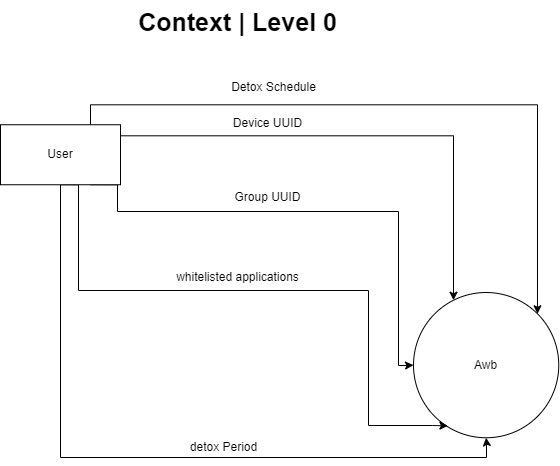
Above: SRS/imgs/DFD-Data Flow Diagram Level 0.drawio.png in mohamed-sallam/awb-docs (draw.io), before the change. Source tidied: cells renumbered, new cells last; positions are measured from the earlier drawing's top-left corner, leaving out a move shared by most shapes. Source of this version:
```xml
<mxGraphModel>
  <root>
    <mxCell id="0" />
    <mxCell id="1" parent="0" />
    <mxCell id="2" value="Awb" style="ellipse;whiteSpace=wrap;html=1;" parent="1" vertex="1">
      <mxGeometry x="413" y="292" width="145.2" height="145.2" as="geometry" />
    </mxCell>
    <mxCell id="3" style="edgeStyle=orthogonalEdgeStyle;rounded=0;jettySize=auto;html=1;" parent="1" edge="1" source="8" target="2">
      <mxGeometry relative="1" as="geometry">
        <Array as="points">
          <mxPoint x="453" y="135.2" />
        </Array>
      </mxGeometry>
    </mxCell>
    <mxCell id="4" style="edgeStyle=orthogonalEdgeStyle;rounded=0;jettySize=auto;html=1;exitX=0.75;exitY=1;exitDx=0;exitDy=0;entryX=0;entryY=0.5;entryDx=0;entryDy=0;" parent="1" edge="1" source="8" target="2">
      <mxGeometry relative="1" as="geometry">
        <Array as="points">
          <mxPoint x="117" y="184" />
          <mxPoint x="117" y="211" />
          <mxPoint x="398" y="211" />
          <mxPoint x="398" y="365" />
          <mxPoint x="406" y="365" />
        </Array>
      </mxGeometry>
    </mxCell>
    <mxCell id="5" style="edgeStyle=orthogonalEdgeStyle;rounded=0;jettySize=auto;html=1;exitX=0.5;exitY=1;exitDx=0;exitDy=0;entryX=0.237;entryY=0.918;entryDx=0;entryDy=0;entryPerimeter=0;" parent="1" edge="1" source="8" target="2">
      <mxGeometry relative="1" as="geometry">
        <Array as="points">
          <mxPoint x="78" y="184" />
          <mxPoint x="78" y="290" />
          <mxPoint x="368" y="290" />
          <mxPoint x="368" y="425" />
          <mxPoint x="432" y="425" />
        </Array>
      </mxGeometry>
    </mxCell>
    <mxCell id="6" style="edgeStyle=orthogonalEdgeStyle;rounded=0;jettySize=auto;html=1;exitX=0.5;exitY=1;exitDx=0;exitDy=0;entryX=0.5;entryY=1;entryDx=0;entryDy=0;" parent="1" edge="1" source="8" target="2">
      <mxGeometry relative="1" as="geometry">
        <Array as="points">
          <mxPoint x="60" y="457" />
          <mxPoint x="486" y="457" />
          <mxPoint x="486" y="441" />
        </Array>
      </mxGeometry>
    </mxCell>
    <mxCell id="7" style="edgeStyle=orthogonalEdgeStyle;rounded=0;jettySize=auto;html=1;exitX=0.75;exitY=0;exitDx=0;exitDy=0;entryX=1;entryY=0;entryDx=0;entryDy=0;" parent="1" edge="1" source="8" target="2">
      <mxGeometry relative="1" as="geometry" />
    </mxCell>
    <mxCell id="8" value="User" style="rounded=0;whiteSpace=wrap;html=1;" parent="1" vertex="1">
      <mxGeometry y="124.2" width="120" height="60" as="geometry" />
    </mxCell>
    <mxCell id="9" value="Device UUID" style="text;html=1;align=center;verticalAlign=middle;strokeColor=none;fillColor=none;" parent="1" vertex="1">
      <mxGeometry x="222" y="108.2" width="90" height="30" as="geometry" />
    </mxCell>
    <mxCell id="10" value="Group UUID" style="text;html=1;align=center;verticalAlign=middle;strokeColor=none;fillColor=none;" parent="1" vertex="1">
      <mxGeometry x="222" y="182.2" width="90" height="30" as="geometry" />
    </mxCell>
    <mxCell id="11" value="whitelisted applications" style="text;html=1;align=center;verticalAlign=middle;strokeColor=none;fillColor=none;" parent="1" vertex="1">
      <mxGeometry x="166" y="264.2" width="141" height="26" as="geometry" />
    </mxCell>
    <mxCell id="12" value="detox Period" style="text;html=1;align=center;verticalAlign=middle;strokeColor=none;fillColor=none;" parent="1" vertex="1">
      <mxGeometry x="180" y="434.2" width="85" height="26" as="geometry" />
    </mxCell>
    <mxCell id="13" value="&lt;b&gt;&lt;font style=&quot;font-size: 25px;&quot;&gt;Context | Level 0&lt;/font&gt;&lt;/b&gt;" style="text;html=1;align=center;verticalAlign=middle;strokeColor=none;fillColor=none;" parent="1" vertex="1">
      <mxGeometry x="128" y="0.2" width="217" height="42" as="geometry" />
    </mxCell>
    <mxCell id="14" value="Detox Schedule" style="text;html=1;align=center;verticalAlign=middle;strokeColor=none;fillColor=none;" parent="1" vertex="1">
      <mxGeometry x="221" y="74.2" width="103" height="26" as="geometry" />
    </mxCell>
  </root>
</mxGraphModel>
```
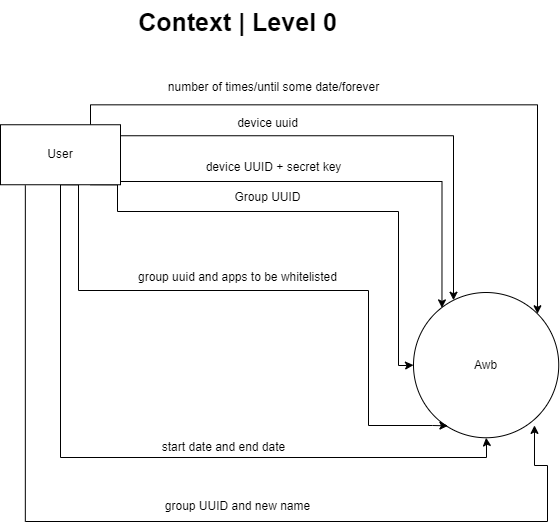
After the change.

Commit message:
srs/diagram/39/refactor_data_flow_diagram: slight changes to names

Change to the diagram source:
```diff
@@ -46,26 +46,49 @@
     <mxCell id="7" style="edgeStyle=orthogonalEdgeStyle;rounded=0;jettySize=auto;html=1;exitX=0.75;exitY=0;exitDx=0;exitDy=0;entryX=1;entryY=0;entryDx=0;entryDy=0;" parent="1" edge="1" source="8" target="2">
       <mxGeometry relative="1" as="geometry" />
     </mxCell>
+    <mxCell id="15" style="edgeStyle=orthogonalEdgeStyle;rounded=0;jettySize=auto;html=1;entryX=0.196;entryY=0.106;entryDx=0;entryDy=0;entryPerimeter=0;" parent="1" edge="1" source="8" target="2">
+      <mxGeometry relative="1" as="geometry">
+        <Array as="points">
+          <mxPoint x="442" y="181" />
+        </Array>
+      </mxGeometry>
+    </mxCell>
     <mxCell id="8" value="User" style="rounded=0;whiteSpace=wrap;html=1;" parent="1" vertex="1">
       <mxGeometry y="124.2" width="120" height="60" as="geometry" />
     </mxCell>
-    <mxCell id="9" value="Device UUID" style="text;html=1;align=center;verticalAlign=middle;strokeColor=none;fillColor=none;" parent="1" vertex="1">
-      <mxGeometry x="222" y="108.2" width="90" height="30" as="geometry" />
+    <mxCell id="9" value="device uuid" style="text;html=1;align=center;verticalAlign=middle;strokeColor=none;fillColor=none;" parent="1" vertex="1">
+      <mxGeometry x="227" y="108.2" width="80" height="30" as="geometry" />
     </mxCell>
     <mxCell id="10" value="Group UUID" style="text;html=1;align=center;verticalAlign=middle;strokeColor=none;fillColor=none;" parent="1" vertex="1">
       <mxGeometry x="222" y="182.2" width="90" height="30" as="geometry" />
     </mxCell>
-    <mxCell id="11" value="whitelisted applications" style="text;html=1;align=center;verticalAlign=middle;strokeColor=none;fillColor=none;" parent="1" vertex="1">
-      <mxGeometry x="166" y="264.2" width="141" height="26" as="geometry" />
+    <mxCell id="11" value="group uuid and apps to be whitelisted" style="text;html=1;align=center;verticalAlign=middle;strokeColor=none;fillColor=none;" parent="1" vertex="1">
+      <mxGeometry x="127" y="262.2" width="220" height="30" as="geometry" />
     </mxCell>
-    <mxCell id="12" value="detox Period" style="text;html=1;align=center;verticalAlign=middle;strokeColor=none;fillColor=none;" parent="1" vertex="1">
-      <mxGeometry x="180" y="434.2" width="85" height="26" as="geometry" />
+    <mxCell id="12" value="start date and end date" style="text;html=1;align=center;verticalAlign=middle;strokeColor=none;fillColor=none;" parent="1" vertex="1">
+      <mxGeometry x="148" y="432.2" width="150" height="30" as="geometry" />
     </mxCell>
     <mxCell id="13" value="&lt;b&gt;&lt;font style=&quot;font-size: 25px;&quot;&gt;Context | Level 0&lt;/font&gt;&lt;/b&gt;" style="text;html=1;align=center;verticalAlign=middle;strokeColor=none;fillColor=none;" parent="1" vertex="1">
       <mxGeometry x="128" y="0.2" width="217" height="42" as="geometry" />
     </mxCell>
-    <mxCell id="14" value="Detox Schedule" style="text;html=1;align=center;verticalAlign=middle;strokeColor=none;fillColor=none;" parent="1" vertex="1">
-      <mxGeometry x="221" y="74.2" width="103" height="26" as="geometry" />
+    <mxCell id="14" value="number of times/until some date/forever" style="text;html=1;align=center;verticalAlign=middle;strokeColor=none;fillColor=none;" parent="1" vertex="1">
+      <mxGeometry x="158" y="72.2" width="230" height="30" as="geometry" />
     </mxCell>
+    <mxCell id="16" value="device UUID + secret key" style="text;html=1;align=center;verticalAlign=middle;strokeColor=none;fillColor=none;" parent="1" vertex="1">
+      <mxGeometry x="193" y="152.2" width="160" height="30" as="geometry" />
+    </mxCell>
+    <mxCell id="17" style="edgeStyle=orthogonalEdgeStyle;rounded=0;jettySize=auto;html=1;exitX=0.207;exitY=1.01;exitDx=0;exitDy=0;entryX=0.833;entryY=0.915;entryDx=0;entryDy=0;exitPerimeter=0;entryPerimeter=0;" parent="1" edge="1" source="8" target="2">
+      <mxGeometry relative="1" as="geometry">
+        <Array as="points">
+          <mxPoint x="25" y="521" />
+          <mxPoint x="547" y="521" />
+          <mxPoint x="547" y="465" />
+          <mxPoint x="534" y="465" />
+        </Array>
+      </mxGeometry>
+    </mxCell>
+    <mxCell id="18" value="&lt;span style=&quot;&quot;&gt;group UUID and new name&lt;/span&gt;" style="text;html=1;align=center;verticalAlign=middle;strokeColor=none;fillColor=none;" parent="1" vertex="1">
+      <mxGeometry x="151.5" y="491" width="170" height="30" as="geometry" />
+    </mxCell>
   </root>
 </mxGraphModel>
```
